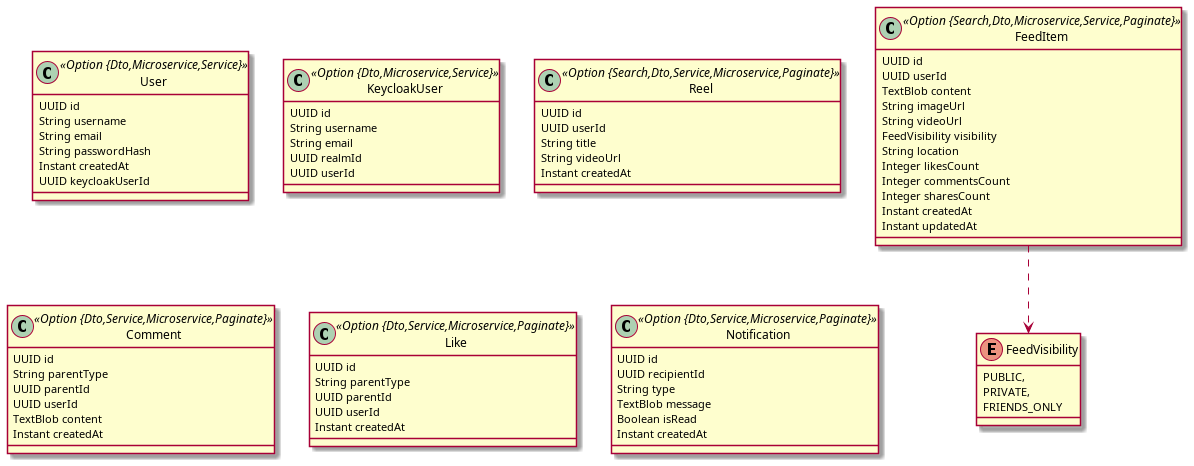
phungle2508/AppF4 keeps this PlantUML diagram as docs/jdl/app.png. Above is the earlier version.
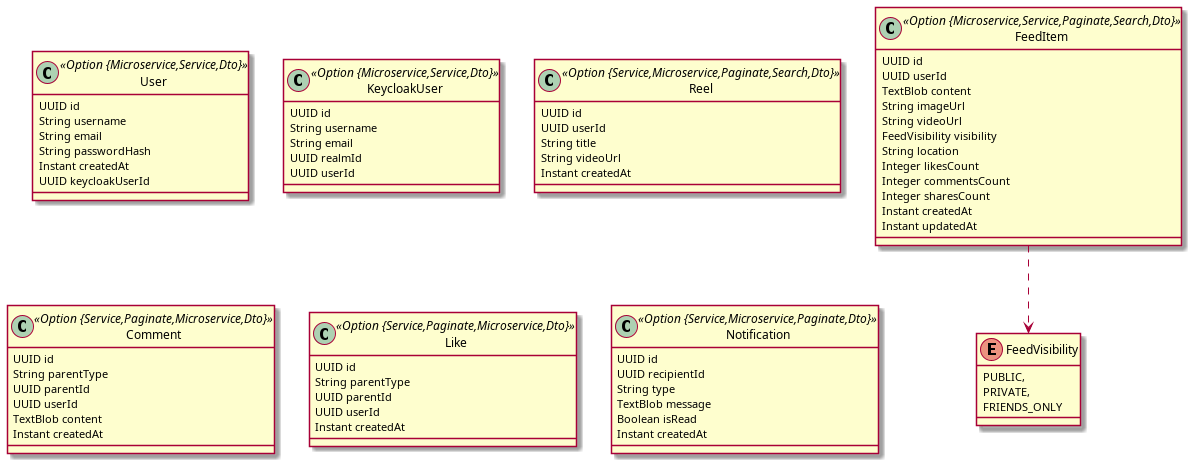
The same diagram one commit later.

The edit, as a diff of the source:
```diff
@@ -5,7 +5,7 @@
 		PRIVATE,
 		FRIENDS_ONLY
 	}
-	class User <<Option {Dto,Microservice,Service}>> {
+	class User <<Option {Microservice,Service,Dto}>> {
 		UUID id
 		String username
 		String email
@@ -13,21 +13,21 @@
 		Instant createdAt
 		UUID keycloakUserId
 	}
-	class KeycloakUser <<Option {Dto,Microservice,Service}>> {
+	class KeycloakUser <<Option {Microservice,Service,Dto}>> {
 		UUID id
 		String username
 		String email
 		UUID realmId
 		UUID userId
 	}
-	class Reel <<Option {Search,Dto,Service,Microservice,Paginate}>> {
+	class Reel <<Option {Service,Microservice,Paginate,Search,Dto}>> {
 		UUID id
 		UUID userId
 		String title
 		String videoUrl
 		Instant createdAt
 	}
-	class Comment <<Option {Dto,Service,Microservice,Paginate}>> {
+	class Comment <<Option {Service,Paginate,Microservice,Dto}>> {
 		UUID id
 		String parentType
 		UUID parentId
@@ -35,14 +35,14 @@
 		TextBlob content
 		Instant createdAt
 	}
-	class Like <<Option {Dto,Service,Microservice,Paginate}>> {
+	class Like <<Option {Service,Paginate,Microservice,Dto}>> {
 		UUID id
 		String parentType
 		UUID parentId
 		UUID userId
 		Instant createdAt
 	}
-	class Notification <<Option {Dto,Service,Microservice,Paginate}>> {
+	class Notification <<Option {Service,Microservice,Paginate,Dto}>> {
 		UUID id
 		UUID recipientId
 		String type
@@ -50,7 +50,7 @@
 		Boolean isRead
 		Instant createdAt
 	}
-	class FeedItem <<Option {Search,Dto,Microservice,Service,Paginate}>> {
+	class FeedItem <<Option {Microservice,Service,Paginate,Search,Dto}>> {
 		UUID id
 		UUID userId
 		TextBlob content
```
